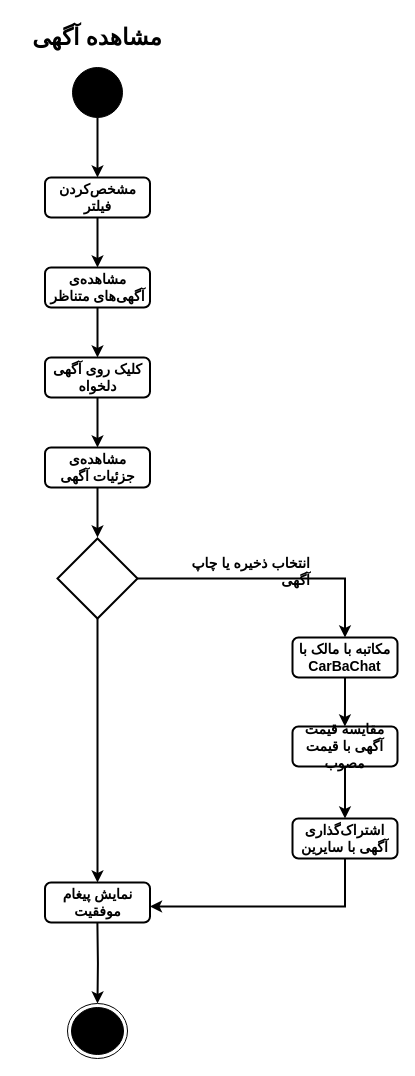
Before: page "Represent" (3 of 24) of ActivityDiagram/MiddleWare_CarBaMaActivityDiagram.drawio in MelvinMo/CarBaMa_Automotive-Sale-Application, a draw.io diagram. Source tidied: cells renumbered, new cells numbered last; positions are measured from the earlier drawing's top-left corner, leaving out a move shared by most shapes. Both pictures are drawn from the tidied source at 100%, with x=0, y=0 at pixel (17, 17).
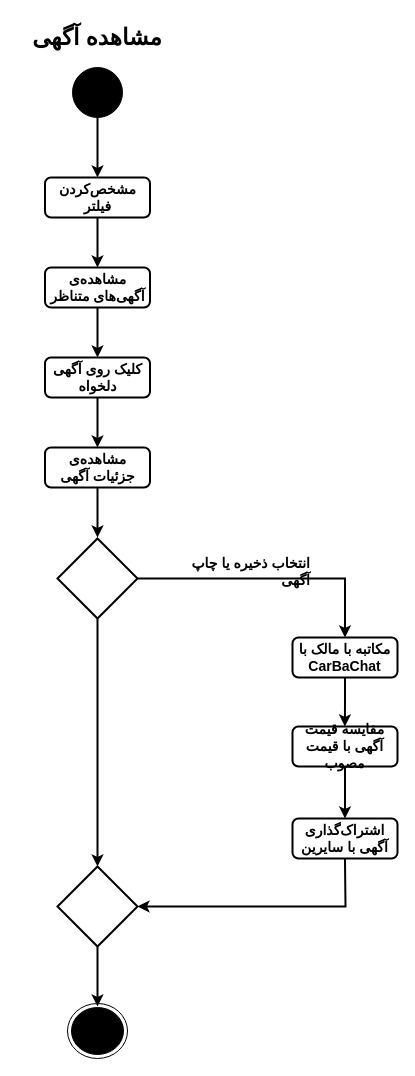
The same diagram, later.

The change refers to these unchanged cells:
```xml
<mxCell id="4" style="ellipse;html=1;shape=endState;fillColor=#000000;strokeColor=#000000;" parent="1" vertex="1">
  <mxGeometry x="50" y="986" width="60" height="55" as="geometry" />
</mxCell>
<mxCell id="12" style="rhombus;whiteSpace=wrap;html=1;strokeColor=#000000;strokeWidth=2;" parent="1" vertex="1">
  <mxGeometry x="40" y="521" width="80" height="80" as="geometry" />
</mxCell>
<mxCell id="21" value="&lt;font style=&quot;font-size: 14px&quot;&gt;&lt;b&gt;اشتراک‌گذاری آگهی با سایرین&lt;/b&gt;&lt;/font&gt;" style="rounded=1;whiteSpace=wrap;html=1;strokeColor=#000000;fillColor=none;strokeWidth=2;" parent="1" vertex="1">
  <mxGeometry x="275" y="801" width="105" height="40" as="geometry" />
</mxCell>
```

What changed in the source:
```diff
@@
-    <mxCell id="11" style="edgeStyle=orthogonalEdgeStyle;rounded=0;jettySize=auto;html=1;strokeColor=#000000;strokeWidth=2;entryX=0.5;entryY=0;entryDx=0;entryDy=0;" parent="1" edge="1" source="12" target="25">
+    <mxCell id="11" style="edgeStyle=orthogonalEdgeStyle;rounded=0;jettySize=auto;html=1;strokeColor=#000000;strokeWidth=2;" parent="1" edge="1" source="12" target="26">
       <mxGeometry relative="1" as="geometry" />
     </mxCell>
@@
-    <mxCell id="13" style="edgeStyle=orthogonalEdgeStyle;rounded=0;jettySize=auto;html=1;strokeColor=#000000;strokeWidth=2;entryX=0.5;entryY=0;entryDx=0;entryDy=0;" parent="1" edge="1" target="4">
+    <mxCell id="13" style="edgeStyle=orthogonalEdgeStyle;rounded=0;jettySize=auto;html=1;strokeColor=#000000;strokeWidth=2;" parent="1" edge="1" source="26">
       <mxGeometry relative="1" as="geometry">
-        <mxPoint x="79.9" y="905" as="sourcePoint" />
+        <mxPoint x="80" y="989" as="targetPoint" />
       </mxGeometry>
     </mxCell>
+    <mxCell id="26" style="rhombus;whiteSpace=wrap;html=1;strokeColor=#000000;strokeWidth=2;" parent="1" vertex="1">
+      <mxGeometry x="40" y="849" width="80" height="80" as="geometry" />
+    </mxCell>
-    <mxCell id="14" style="edgeStyle=orthogonalEdgeStyle;rounded=0;jettySize=auto;html=1;strokeColor=#000000;strokeWidth=2;exitX=0.5;exitY=1;exitDx=0;exitDy=0;" parent="1" edge="1" source="21" target="25">
+    <mxCell id="14" style="edgeStyle=orthogonalEdgeStyle;rounded=0;jettySize=auto;html=1;entryX=1;entryY=0.5;entryDx=0;entryDy=0;strokeColor=#000000;strokeWidth=2;exitX=0.5;exitY=1;exitDx=0;exitDy=0;" parent="1" edge="1" source="21" target="26">
       <mxGeometry relative="1" as="geometry">
         <Array as="points">
+          <mxPoint x="328" y="844" />
+          <mxPoint x="328" y="844" />
           <mxPoint x="328" y="889" />
         </Array>
       </mxGeometry>
     </mxCell>
@@
-    <mxCell id="25" value="&lt;span style=&quot;font-size: 14px;&quot;&gt;&lt;b&gt;نمایش پیغام موفقیت&lt;/b&gt;&lt;/span&gt;" style="rounded=1;whiteSpace=wrap;html=1;strokeColor=#000000;fillColor=none;strokeWidth=2;" parent="1" vertex="1">
-      <mxGeometry x="27.5" y="865" width="105" height="40" as="geometry" />
-    </mxCell>
```
